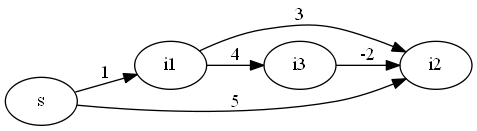
The Graphviz diagram dijkstra/dijkstra_example.png in heabiside/calculators, before a commit. Its source is kept beside it as dijkstra/dijkstra_example.dot. The source it was exported from:
```dot
digraph bellmanford{
    graph[
        charset="UTF-8";
        rankdir=LR;
    ];
    s -> i1[label = "1"];
    s -> i2[label = "5"];
    i1 -> i2[label = "3"];
    i1 -> i3[label = "4"];
    i3 -> i2[label = "-2"];
}
```
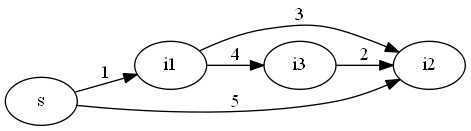
Later version of the same file.

Diff of the diagram source:
```diff
@@ -7,5 +7,5 @@
     s -> i2[label = "5"];
     i1 -> i2[label = "3"];
     i1 -> i3[label = "4"];
-    i3 -> i2[label = "-2"];
+    i3 -> i2[label = "2"];
 }
```
